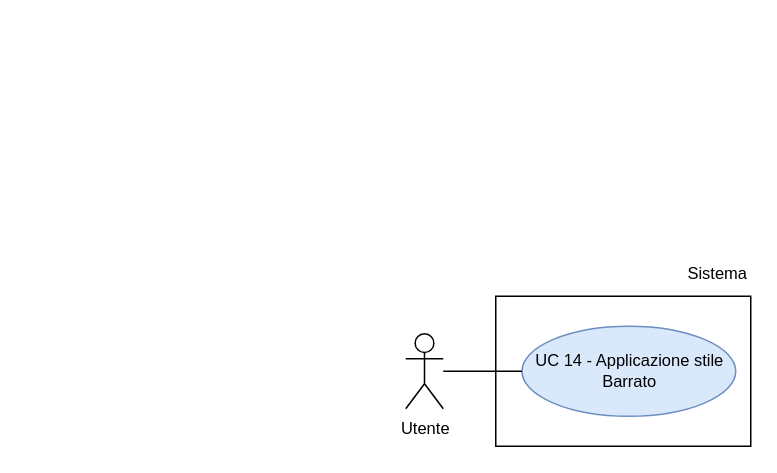
Earlier version of the draw.io diagram RTB/doc_esterna/analisi-dei-requisiti/assets/draw.io/UC14.drawio (thebitless-group-swe/thebitless.github.io). Source tidied: cells renumbered, new cells numbered last; positions are measured from the earlier drawing's top-left corner, leaving out a move shared by most shapes. Both pictures are drawn from the tidied source at 150%, with x=0, y=0 at pixel (405, 250).
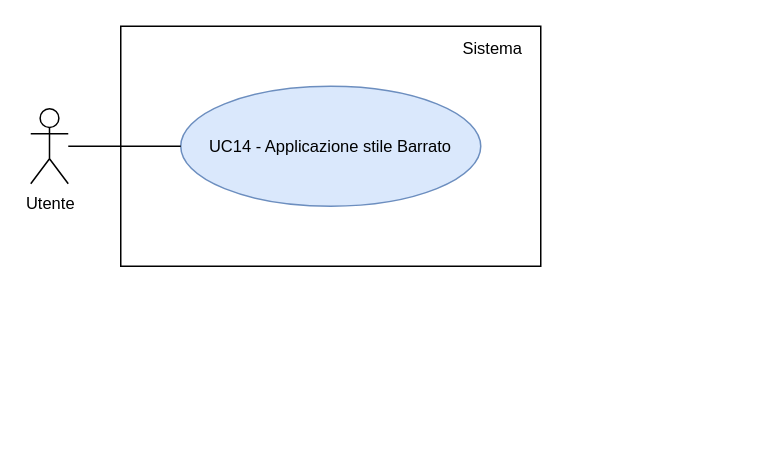
Above is the later version.

Change to the diagram source:
```diff
@@
 <mxGraphModel>
   <root>
     <mxCell id="0" />
     <mxCell id="1" parent="0" />
     <mxCell id="2" value="Utente" style="shape=umlActor;verticalLabelPosition=bottom;verticalAlign=top;html=1;outlineConnect=0;fontSize=11;" parent="1" vertex="1">
-      <mxGeometry y="55" width="25" height="50" as="geometry" />
+      <mxGeometry x="-250" y="-95" width="25" height="50" as="geometry" />
     </mxCell>
-    <mxCell id="3" style="rounded=0;whiteSpace=wrap;html=1;strokeWidth=1;" parent="1" vertex="1">
-      <mxGeometry x="60" y="30" width="170" height="100" as="geometry" />
-    </mxCell>
+    <mxCell id="8" style="rounded=0;whiteSpace=wrap;html=1;strokeWidth=1;" parent="1" vertex="1">
+      <mxGeometry x="-190" y="-150" width="280" height="160" as="geometry" />
+    </mxCell>
     <mxCell id="4" value="Sistema" style="text;html=1;whiteSpace=wrap;strokeColor=none;fillColor=none;align=right;verticalAlign=middle;fontSize=11;" parent="1" vertex="1">
-      <mxGeometry x="170" width="60" height="30" as="geometry" />
+      <mxGeometry x="10" y="-145" width="70" height="20" as="geometry" />
     </mxCell>
-    <mxCell id="5" value="UC 14 - Applicazione stile Barrato" style="ellipse;whiteSpace=wrap;html=1;fillColor=#dae8fc;strokeColor=#6c8ebf;fontSize=11;" parent="1" vertex="1">
-      <mxGeometry x="77.5" y="50" width="142.5" height="60" as="geometry" />
-    </mxCell>
-    <mxCell id="6" style="edgeStyle=none;rounded=0;jettySize=auto;html=1;endArrow=none;endFill=0;" parent="1" edge="1" source="2" target="5">
-      <mxGeometry relative="1" as="geometry" />
-    </mxCell>
-    <mxCell id="7" style="edgeStyle=orthogonalEdgeStyle;rounded=0;orthogonalLoop=1;jettySize=auto;html=1;exitX=0.5;exitY=1;exitDx=0;exitDy=0;" parent="1" edge="1" source="4" target="4">
-      <mxGeometry relative="1" as="geometry" />
-    </mxCell>
+    <mxCell id="9" value="UC14 - Applicazione stile Barrato" style="ellipse;whiteSpace=wrap;html=1;fillColor=#dae8fc;strokeColor=#6c8ebf;fontSize=11;" parent="1" vertex="1">
+      <mxGeometry x="-150" y="-110" width="200" height="80" as="geometry" />
+    </mxCell>
+    <mxCell id="10" style="edgeStyle=none;rounded=0;jettySize=auto;html=1;endArrow=none;endFill=0;" parent="1" edge="1" source="2" target="9">
+      <mxGeometry relative="1" as="geometry" />
+    </mxCell>
   </root>
 </mxGraphModel>
```
